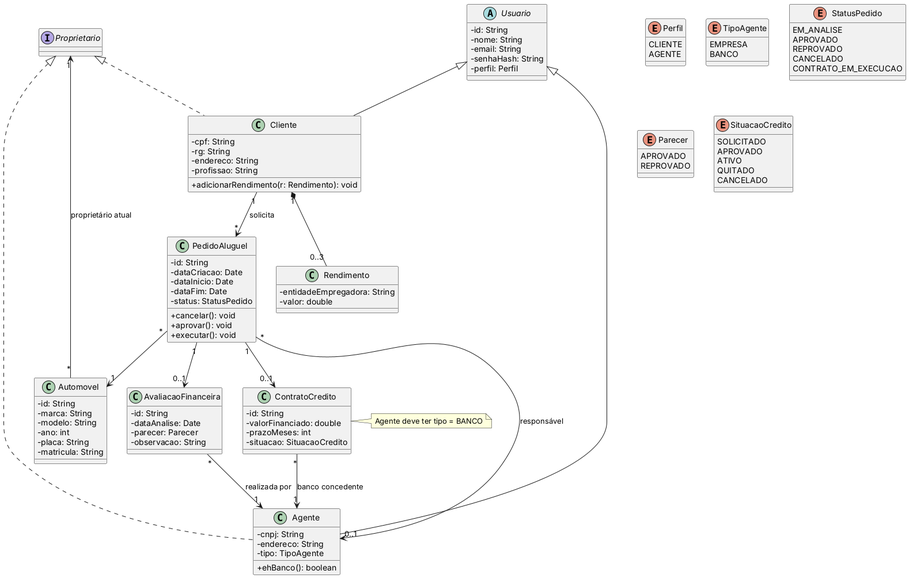
Earlier version of the PlantUML export docs/diagramas/classes.png (annaluizapsilva-03/Aluguel-automoveis).
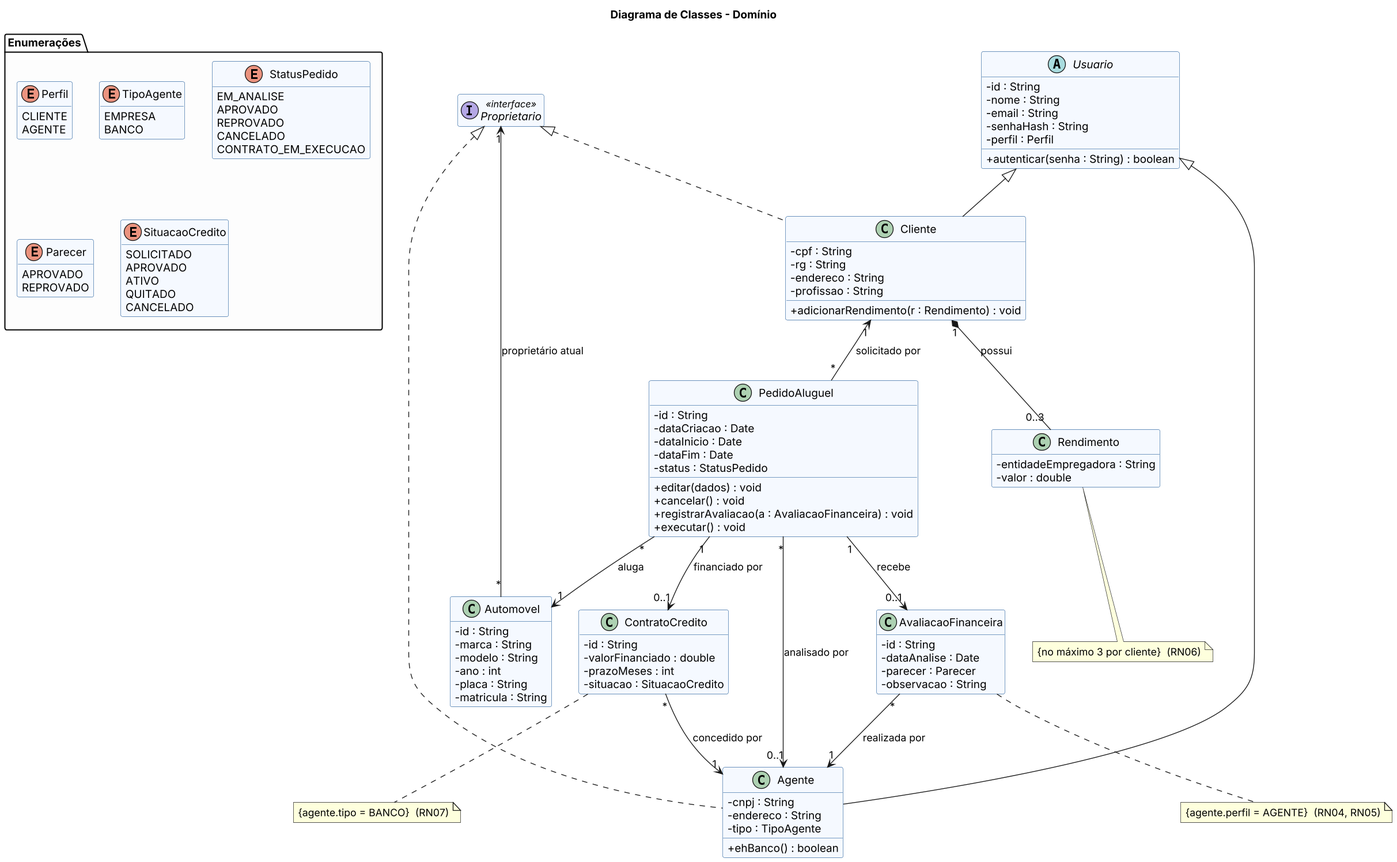
Above is the later version.

What changed in the source:
```diff
@@ -1,95 +1,107 @@
 @startuml classes
+title Diagrama de Classes - Domínio
+skinparam shadowing false
+skinparam dpi 130
 skinparam classAttributeIconSize 0
+skinparam class {
+  BackgroundColor #F5F9FF
+  BorderColor #3A6EA5
+}
+hide empty members
 
-enum Perfil {
+package "Enumerações" #FDFDFD {
+  enum Perfil {
   CLIENTE
   AGENTE
 }
-enum TipoAgente {
+  enum TipoAgente {
   EMPRESA
   BANCO
 }
-enum StatusPedido {
+  enum StatusPedido {
   EM_ANALISE
   APROVADO
   REPROVADO
   CANCELADO
   CONTRATO_EM_EXECUCAO
 }
-enum Parecer {
+  enum Parecer {
   APROVADO
   REPROVADO
 }
-enum SituacaoCredito {
+  enum SituacaoCredito {
   SOLICITADO
   APROVADO
   ATIVO
   QUITADO
   CANCELADO
 }
+}
 
-interface Proprietario
+interface Proprietario <<interface>>
 
 abstract class Usuario {
-  - id: String
-  - nome: String
-  - email: String
-  - senhaHash: String
-  - perfil: Perfil
+  - id : String
+  - nome : String
+  - email : String
+  - senhaHash : String
+  - perfil : Perfil
+  + autenticar(senha : String) : boolean
 }
 
 class Cliente {
-  - cpf: String
-  - rg: String
-  - endereco: String
-  - profissao: String
-  + adicionarRendimento(r: Rendimento): void
+  - cpf : String
+  - rg : String
+  - endereco : String
+  - profissao : String
+  + adicionarRendimento(r : Rendimento) : void
 }
 
 class Agente {
-  - cnpj: String
-  - endereco: String
-  - tipo: TipoAgente
-  + ehBanco(): boolean
+  - cnpj : String
+  - endereco : String
+  - tipo : TipoAgente
+  + ehBanco() : boolean
 }
 
 class Rendimento {
-  - entidadeEmpregadora: String
-  - valor: double
+  - entidadeEmpregadora : String
+  - valor : double
 }
 
 class Automovel {
-  - id: String
-  - marca: String
-  - modelo: String
-  - ano: int
-  - placa: String
-  - matricula: String
+  - id : String
+  - marca : String
+  - modelo : String
+  - ano : int
+  - placa : String
+  - matricula : String
 }
 
 class PedidoAluguel {
-  - id: String
-  - dataCriacao: Date
-  - dataInicio: Date
-  - dataFim: Date
-  - status: StatusPedido
-  + cancelar(): void
-  + aprovar(): void
-  + executar(): void
+  - id : String
+  - dataCriacao : Date
+  - dataInicio : Date
+  - dataFim : Date
+  - status : StatusPedido
+  + editar(dados) : void
+  + cancelar() : void
+  + registrarAvaliacao(a : AvaliacaoFinanceira) : void
+  + executar() : void
 }
 
 class AvaliacaoFinanceira {
-  - id: String
-  - dataAnalise: Date
-  - parecer: Parecer
-  - observacao: String
+  - id : String
+  - dataAnalise : Date
+  - parecer : Parecer
+  - observacao : String
 }
 
 class ContratoCredito {
-  - id: String
-  - valorFinanciado: double
-  - prazoMeses: int
-  - situacao: SituacaoCredito
+  - id : String
+  - valorFinanciado : double
+  - prazoMeses : int
+  - situacao : SituacaoCredito
 }
 
 Usuario <|-- Cliente
@@ -97,14 +109,17 @@
 Proprietario <|.. Cliente
 Proprietario <|.. Agente
 
-Cliente "1" *-- "0..3" Rendimento
+Cliente "1" *-- "0..3" Rendimento : possui
 Automovel "*" --> "1" Proprietario : proprietário atual
-Cliente "1" --> "*" PedidoAluguel : solicita
-PedidoAluguel "*" --> "1" Automovel
-PedidoAluguel "*" --> "0..1" Agente : responsável
-PedidoAluguel "1" --> "0..1" AvaliacaoFinanceira
+Cliente "1" <-- "*" PedidoAluguel : solicitado por
+PedidoAluguel "*" --> "1" Automovel : aluga
+PedidoAluguel "*" --> "0..1" Agente : analisado por
+PedidoAluguel "1" --> "0..1" AvaliacaoFinanceira : recebe
 AvaliacaoFinanceira "*" --> "1" Agente : realizada por
-PedidoAluguel "1" --> "0..1" ContratoCredito
-ContratoCredito "*" --> "1" Agente : banco concedente
-note right of ContratoCredito : Agente deve ter tipo = BANCO
+PedidoAluguel "1" --> "0..1" ContratoCredito : financiado por
+ContratoCredito "*" --> "1" Agente : concedido por
+
+note bottom of ContratoCredito : {agente.tipo = BANCO}  (RN07)
+note bottom of Rendimento : {no máximo 3 por cliente}  (RN06)
+note bottom of AvaliacaoFinanceira : {agente.perfil = AGENTE}  (RN04, RN05)
 @enduml
```
